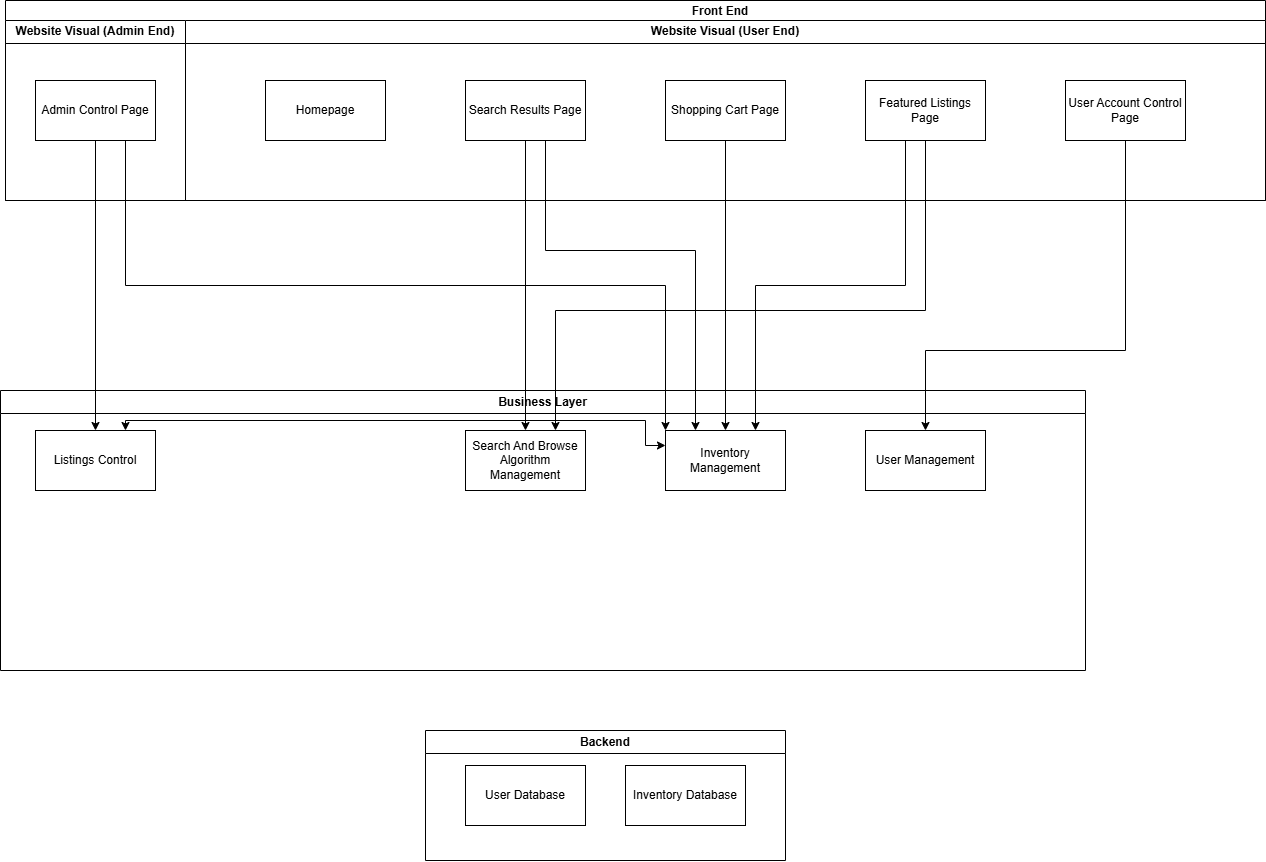
gavinbarry60/group8 keeps this draw.io diagram as Use Case Diagrams/Architecture_Diagram/Architecture_Diagram.drawio.png. Above is the earlier version. Source tidied: cells renumbered, new cells last; positions are measured from the earlier drawing's top-left corner, leaving out a move shared by most shapes.
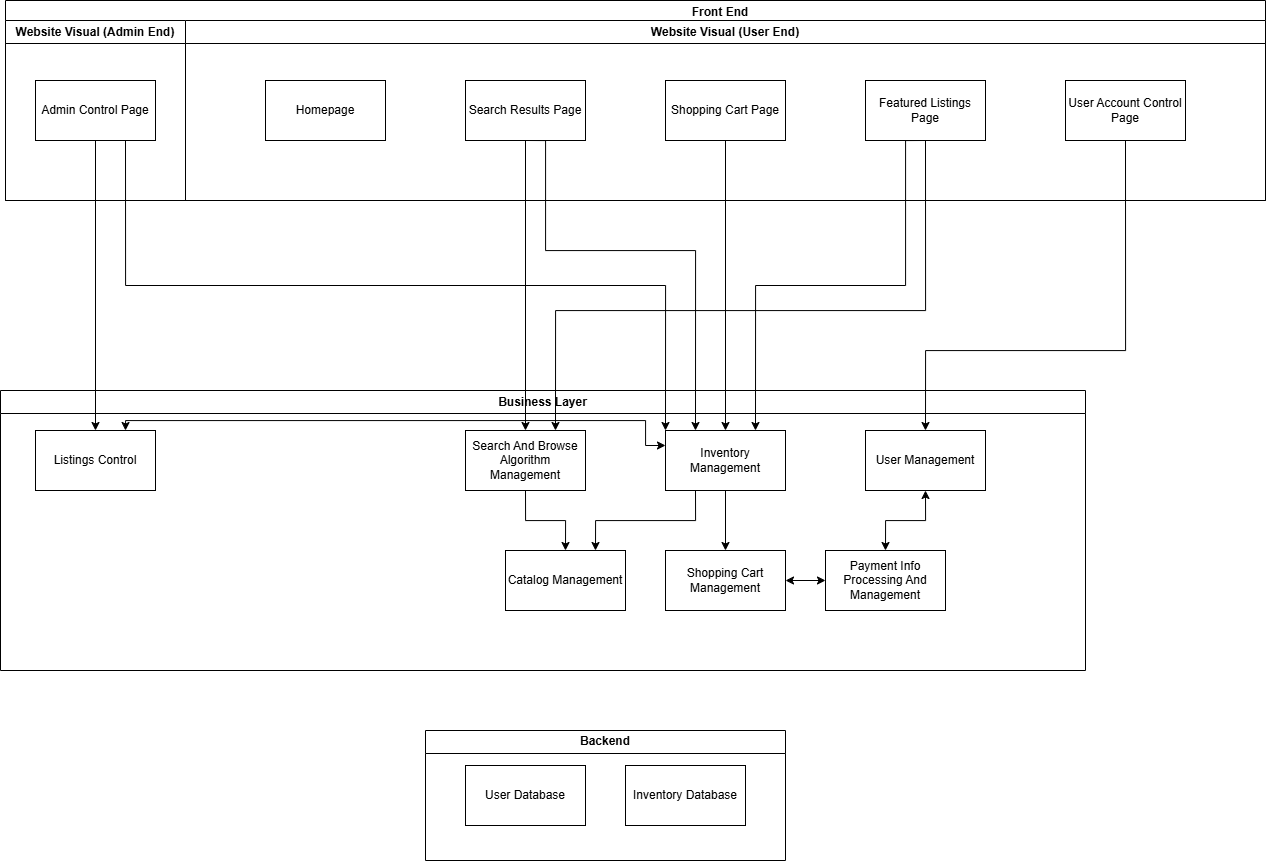
The same file after the commit.

Change to the diagram source:
```diff
@@ -53,6 +53,30 @@
     <mxCell id="16" value="User Management" style="rounded=0;whiteSpace=wrap;html=1;" parent="11" vertex="1">
       <mxGeometry x="865" y="40" width="120" height="60" as="geometry" />
     </mxCell>
+    <mxCell id="28" value="Catalog Management" style="rounded=0;whiteSpace=wrap;html=1;" parent="11" vertex="1">
+      <mxGeometry x="505" y="160" width="120" height="60" as="geometry" />
+    </mxCell>
+    <mxCell id="29" value="Shopping Cart Management" style="rounded=0;whiteSpace=wrap;html=1;" parent="11" vertex="1">
+      <mxGeometry x="665" y="160" width="120" height="60" as="geometry" />
+    </mxCell>
+    <mxCell id="30" value="Payment Info Processing And Management" style="rounded=0;whiteSpace=wrap;html=1;" parent="11" vertex="1">
+      <mxGeometry x="825" y="160" width="120" height="60" as="geometry" />
+    </mxCell>
+    <mxCell id="31" style="endArrow=classic;startArrow=classic;html=1;rounded=0;exitX=0.5;exitY=0;exitDx=0;exitDy=0;entryX=0.5;entryY=1;entryDx=0;entryDy=0;edgeStyle=orthogonalEdgeStyle;" parent="11" edge="1" source="30" target="16">
+      <mxGeometry relative="1" as="geometry" />
+    </mxCell>
+    <mxCell id="32" style="endArrow=classic;html=1;rounded=0;exitX=0.5;exitY=1;exitDx=0;exitDy=0;entryX=0.5;entryY=0;entryDx=0;entryDy=0;" parent="11" edge="1" source="12" target="29">
+      <mxGeometry relative="1" as="geometry" />
+    </mxCell>
+    <mxCell id="33" style="endArrow=classic;html=1;rounded=0;exitX=0.5;exitY=1;exitDx=0;exitDy=0;entryX=0.5;entryY=0;entryDx=0;entryDy=0;edgeStyle=orthogonalEdgeStyle;" parent="11" edge="1" source="13" target="28">
+      <mxGeometry relative="1" as="geometry" />
+    </mxCell>
+    <mxCell id="34" style="endArrow=classic;html=1;rounded=0;entryX=0.75;entryY=0;entryDx=0;entryDy=0;exitX=0.25;exitY=1;exitDx=0;exitDy=0;edgeStyle=orthogonalEdgeStyle;" parent="11" edge="1" source="12" target="28">
+      <mxGeometry relative="1" as="geometry" />
+    </mxCell>
+    <mxCell id="35" style="endArrow=classic;startArrow=classic;html=1;rounded=0;exitX=1;exitY=0.5;exitDx=0;exitDy=0;entryX=0;entryY=0.5;entryDx=0;entryDy=0;" parent="11" edge="1" source="29" target="30">
+      <mxGeometry relative="1" as="geometry" />
+    </mxCell>
     <mxCell id="17" value="Backend" style="swimlane;whiteSpace=wrap;html=1;" parent="1" vertex="1">
       <mxGeometry x="425" y="730" width="360" height="130" as="geometry" />
     </mxCell>
```
